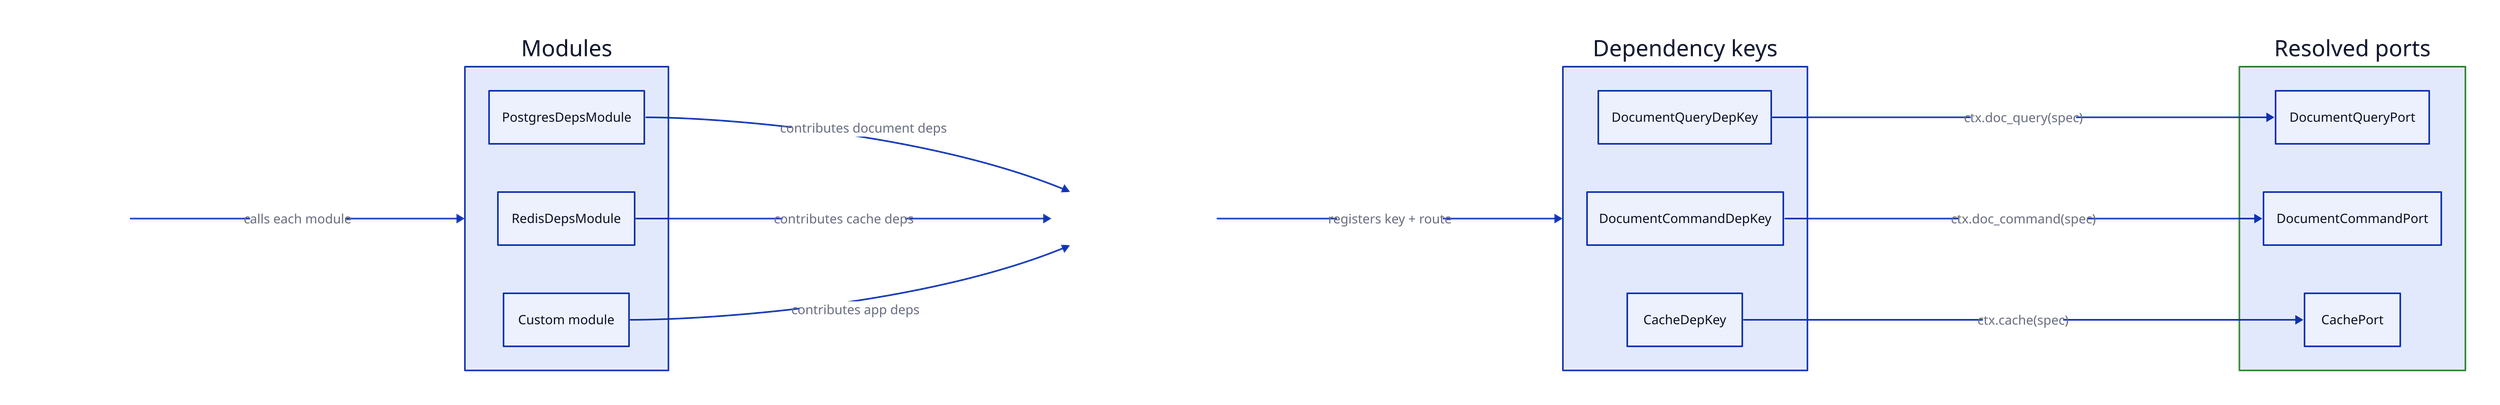
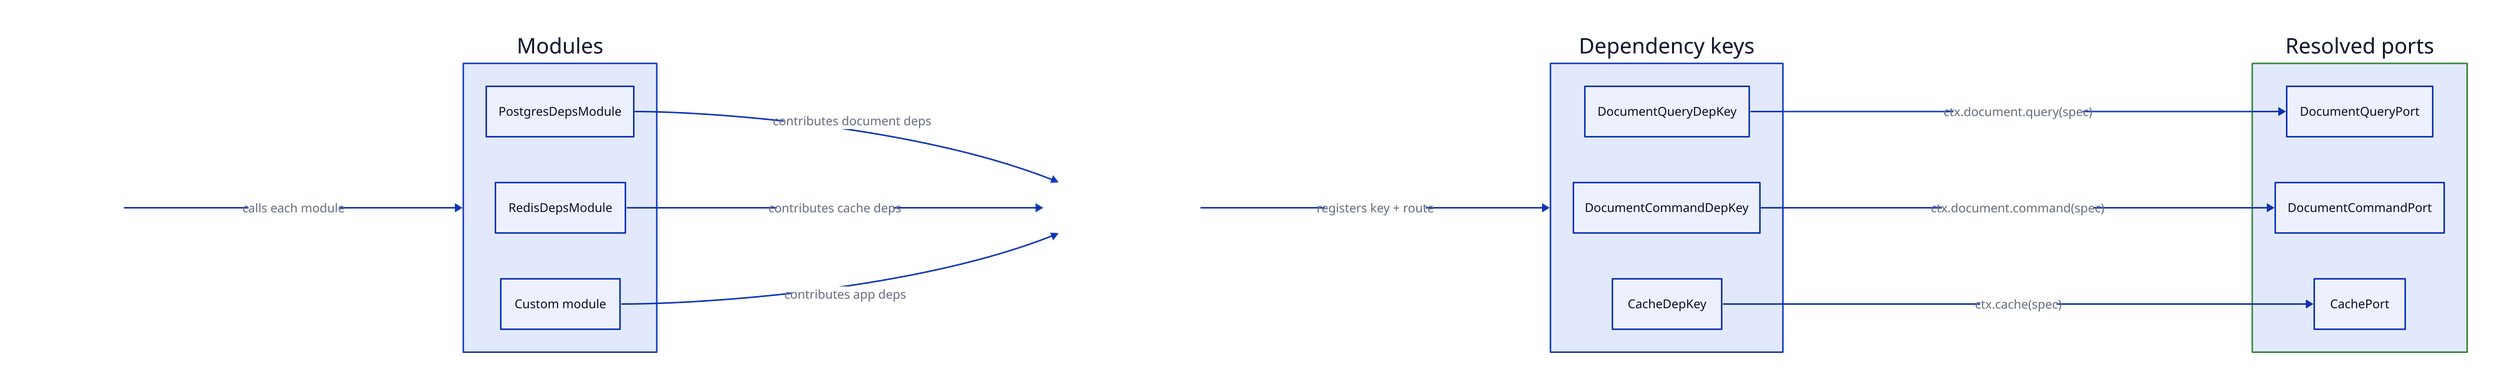
style: {
    fill: transparent
}

vars: {
    d2-config: {
        pad: 42
    }
}

direction: right

DepsPlan: {
    shape: rectangle
    label: |md
        ### DepsPlan
        Ordered modules
    |
}

Modules: {
    shape: rectangle
    label: Modules

    postgres: PostgresDepsModule
    redis: RedisDepsModule
    custom: Custom module
}

Deps: {
    shape: rectangle
    style: {
        stroke: "#4a90d9"
    }
    label: |md
        ### Deps
        Merged dependency container
    |
}

Keys: {
    shape: rectangle
    label: Dependency keys

    doc_query: DocumentQueryDepKey
    doc_command: DocumentCommandDepKey
    cache: CacheDepKey
}

Ports: {
    shape: rectangle
    style: {
        stroke: "#2e7d32"
    }
    label: Resolved ports

    query: DocumentQueryPort
    command: DocumentCommandPort
    cache_port: CachePort
}

DepsPlan -> Modules: calls each module
Modules.postgres -> Deps: contributes document deps
Modules.redis -> Deps: contributes cache deps
Modules.custom -> Deps: contributes app deps
Deps -> Keys: registers key + route
- Keys.doc_query -> Ports.query: ctx.doc_query(spec)
- Keys.doc_command -> Ports.command: ctx.doc_command(spec)
+ Keys.doc_query -> Ports.query: ctx.document.query(spec)
+ Keys.doc_command -> Ports.command: ctx.document.command(spec)
Keys.cache -> Ports.cache_port: ctx.cache(spec)
